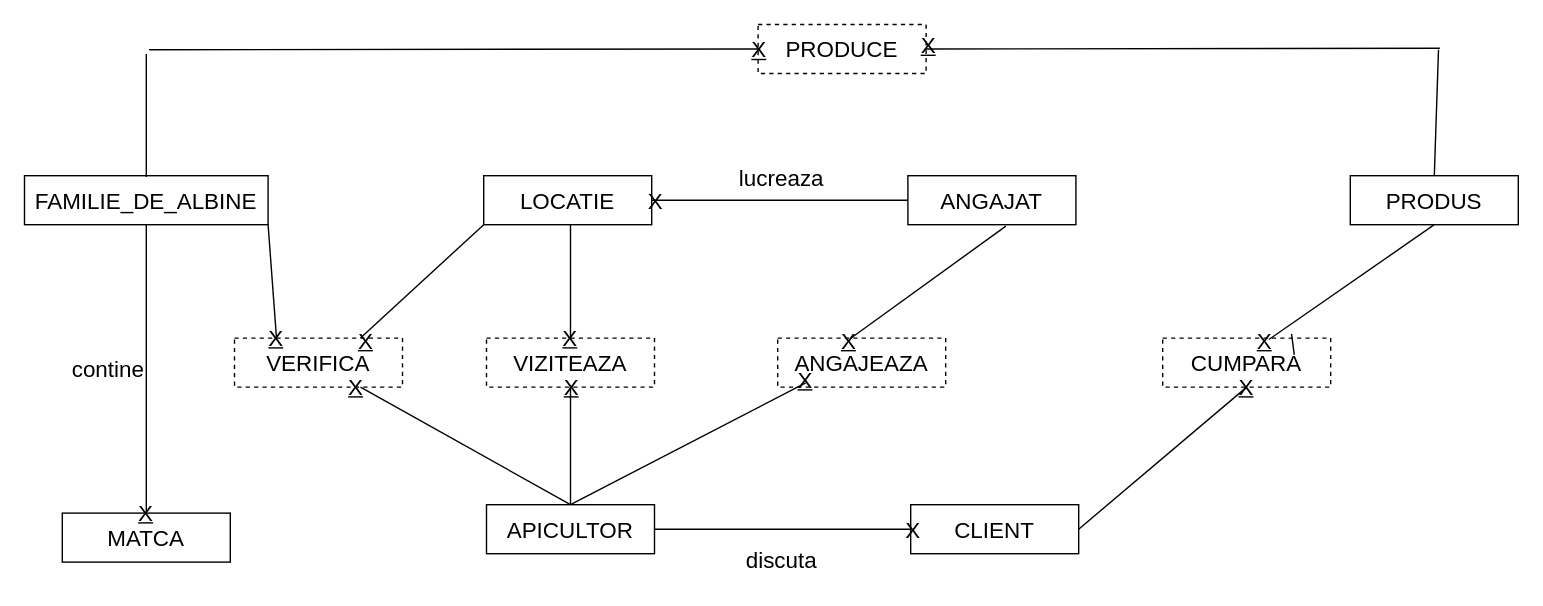
Above: page "Pagina-2" (2 of 2) of Diagramă fără titlu.drawio in Matoka26/DataBase-Stupina (draw.io), before the change. Source tidied: cells renumbered, new cells numbered last; positions are measured from the earlier drawing's top-left corner, leaving out a move shared by most shapes. Both pictures are drawn from the tidied source at 140%, with x=0, y=0 at pixel (24, 24).
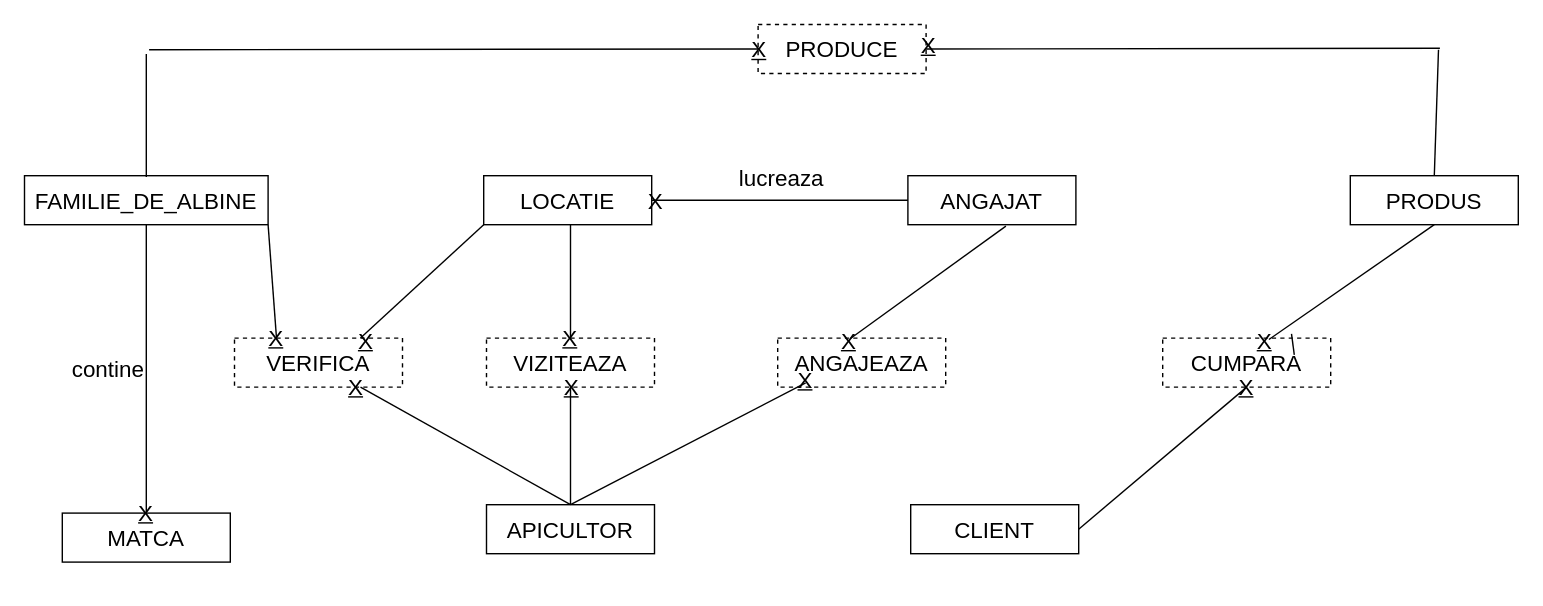
After the change.

Unchanged cells that the change refers to:
```xml
<mxCell id="3" value="CLIENT" style="rounded=0;whiteSpace=wrap;html=1;fontSize=16;" parent="1" vertex="1">
  <mxGeometry x="633" y="343" width="120" height="35" as="geometry" />
</mxCell>
<mxCell id="8" value="APICULTOR" style="rounded=0;whiteSpace=wrap;html=1;fontSize=16;" parent="1" vertex="1">
  <mxGeometry x="330" y="343" width="120" height="35" as="geometry" />
</mxCell>
```

Diff of the diagram source:
```diff
@@
-    <mxCell id="21" style="endArrow=none;html=1;rounded=0;fontSize=12;startSize=8;endSize=8;curved=1;exitX=1;exitY=0.5;exitDx=0;exitDy=0;entryX=0;entryY=0.5;entryDx=0;entryDy=0;" parent="1" edge="1" source="8" target="3">
-      <mxGeometry relative="1" as="geometry" />
-    </mxCell>
@@
-    <mxCell id="31" value="discuta" style="text;html=1;strokeColor=none;fillColor=none;align=center;verticalAlign=middle;whiteSpace=wrap;rounded=0;fontSize=16;" parent="1" vertex="1">
-      <mxGeometry x="511" y="368" width="60" height="30" as="geometry" />
-    </mxCell>
@@
-    <mxCell id="34" value="X" style="text;html=1;strokeColor=none;fillColor=none;align=center;verticalAlign=middle;whiteSpace=wrap;rounded=0;fontSize=16;" parent="1" vertex="1">
-      <mxGeometry x="605" y="345.5" width="60" height="30" as="geometry" />
-    </mxCell>
```
